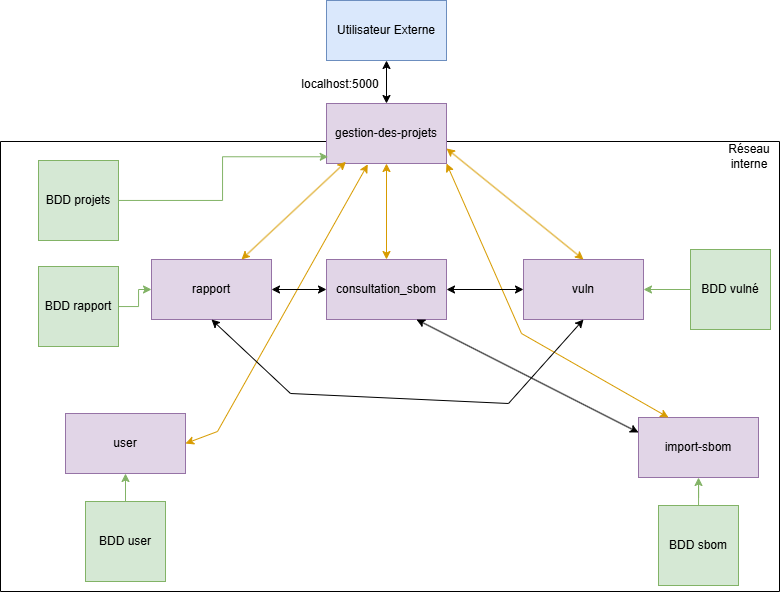
Above: diag_com_general.png in ssaumon/SAE401FI (draw.io), before the change. Source tidied: cells renumbered, new cells last; positions are measured from the earlier drawing's top-left corner, leaving out a move shared by most shapes.
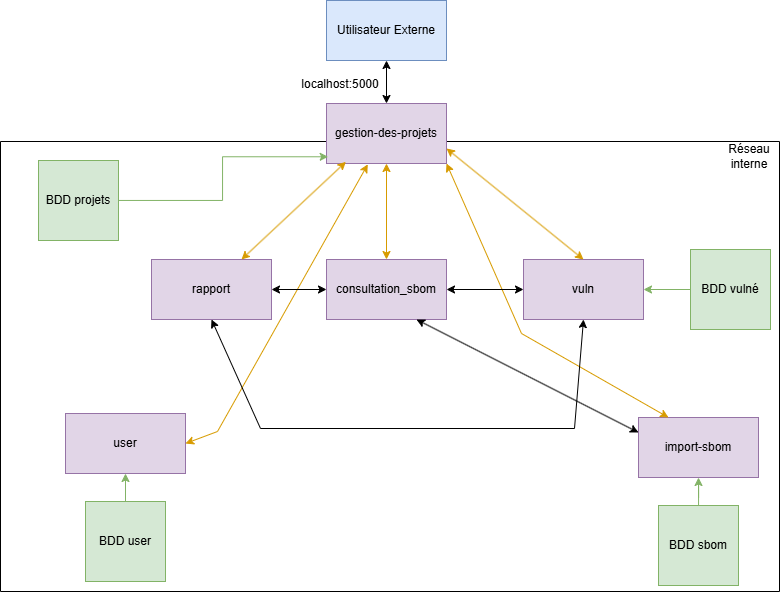
Later version of the same file.

The edit, as a diff of the source:
```diff
@@ -32,12 +32,6 @@
     <mxCell id="11" value="import-sbom" style="rounded=0;whiteSpace=wrap;html=1;fillColor=#e1d5e7;strokeColor=#9673a6;" parent="2" vertex="1">
       <mxGeometry x="638" y="276" width="120" height="60" as="geometry" />
     </mxCell>
-    <mxCell id="12" style="edgeStyle=orthogonalEdgeStyle;rounded=0;jettySize=auto;html=1;entryX=0;entryY=0.5;entryDx=0;entryDy=0;fillColor=#d5e8d4;strokeColor=#82b366;" parent="2" edge="1" source="13" target="8">
-      <mxGeometry relative="1" as="geometry" />
-    </mxCell>
-    <mxCell id="13" value="BDD rapport" style="whiteSpace=wrap;html=1;fillColor=#d5e8d4;strokeColor=#82b366;" parent="2" vertex="1">
-      <mxGeometry x="38" y="125" width="80" height="80" as="geometry" />
-    </mxCell>
     <mxCell id="14" style="edgeStyle=orthogonalEdgeStyle;rounded=0;jettySize=auto;html=1;entryX=1;entryY=0.5;entryDx=0;entryDy=0;fillColor=#d5e8d4;strokeColor=#82b366;" parent="2" edge="1" source="15" target="9">
       <mxGeometry relative="1" as="geometry" />
     </mxCell>
@@ -91,8 +85,8 @@
     <mxCell id="28" style="endArrow=classic;startArrow=classic;html=1;rounded=0;exitX=0.5;exitY=1;exitDx=0;exitDy=0;entryX=0.5;entryY=1;entryDx=0;entryDy=0;" parent="2" edge="1" source="8" target="9">
       <mxGeometry relative="1" as="geometry">
         <Array as="points">
-          <mxPoint x="290" y="252" />
-          <mxPoint x="508" y="262" />
+          <mxPoint x="260" y="287" />
+          <mxPoint x="574" y="287" />
         </Array>
       </mxGeometry>
     </mxCell>
```
